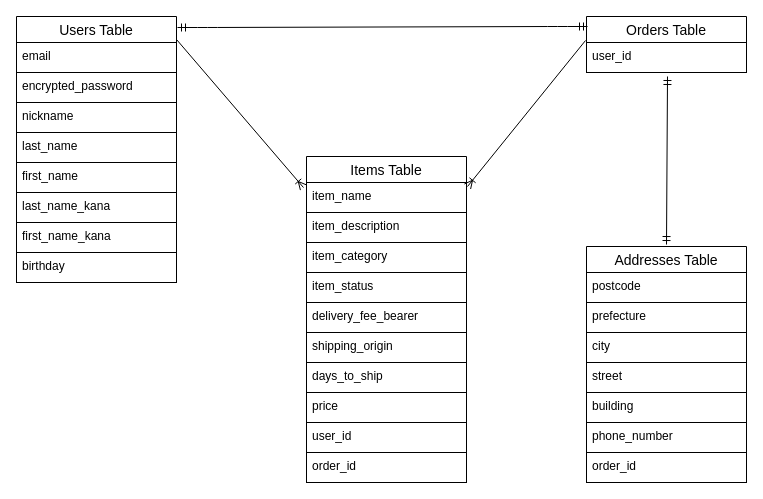
Earlier version of the draw.io diagram ER.dio (ranoooooooooooo/furima-40245). Source tidied: cells renumbered, new cells numbered last; positions are measured from the earlier drawing's top-left corner, leaving out a move shared by most shapes. Both pictures are drawn from the tidied source at 100%, with x=0, y=0 at pixel (16, 16).
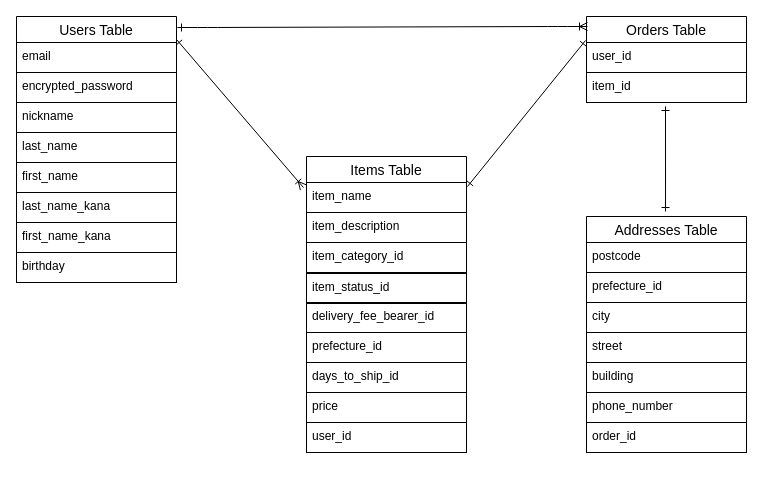
The same page after the edit.

Commit message (it also covers changes not shown here):
再々修正 ER図・READ ME

The change refers to these unchanged cells:
```xml
<mxCell id="2" style="group;" parent="1" vertex="1">
  <mxGeometry x="290" y="140" width="160" height="326" as="geometry" />
</mxCell>
<mxCell id="3" style="group;strokeColor=none;" parent="2" vertex="1">
  <mxGeometry width="160" height="296" as="geometry" />
</mxCell>
<mxCell id="4" value="Items Table" style="swimlane;fontStyle=0;horizontal=1;startSize=26;align=center;fontSize=14;strokeColor=default;" parent="3" vertex="1">
  <mxGeometry width="160" height="116" as="geometry" />
</mxCell>
<mxCell id="5" value="item_name" style="text;strokeColor=default;fillColor=none;spacingLeft=4;spacingRight=4;overflow=hidden;points=[[0,0.5],[1,0.5]];portConstraint=eastwest;fontSize=12;" parent="4" vertex="1">
  <mxGeometry y="26" width="160" height="30" as="geometry" />
</mxCell>
<mxCell id="16" value="user_id" style="text;strokeColor=default;fillColor=none;spacingLeft=4;spacingRight=4;overflow=hidden;points=[[0,0.5],[1,0.5]];portConstraint=eastwest;fontSize=12;" parent="15" vertex="1">
  <mxGeometry y="26" width="160" height="30" as="geometry" />
</mxCell>
<mxCell id="18" value="Addresses Table" style="swimlane;fontStyle=0;horizontal=1;startSize=26;align=center;fontSize=14;strokeColor=default;" parent="17" vertex="1">
  <mxGeometry width="160" height="116" as="geometry" />
</mxCell>
<mxCell id="29" value="Users Table" style="swimlane;fontStyle=0;horizontal=1;startSize=26;align=center;fontSize=14;strokeColor=default;" parent="28" vertex="1">
  <mxGeometry width="160" height="116" as="geometry" />
</mxCell>
```

Diff of the diagram source:
```diff
@@
-    <mxCell id="7" value="item_category" style="text;strokeColor=default;fillColor=none;spacingLeft=4;spacingRight=4;overflow=hidden;fontSize=12;" parent="4" vertex="1">
+    <mxCell id="7" value="item_category_id" style="text;strokeColor=default;fillColor=none;spacingLeft=4;spacingRight=4;overflow=hidden;fontSize=12;" parent="4" vertex="1">
       <mxGeometry y="86" width="160" height="30" as="geometry" />
     </mxCell>
-    <mxCell id="8" value="item_status" style="text;strokeColor=default;fillColor=none;spacingLeft=4;spacingRight=4;overflow=hidden;fontSize=12;" parent="3" vertex="1">
-      <mxGeometry y="116" width="160" height="30" as="geometry" />
+    <mxCell id="8" value="item_status_id" style="text;strokeColor=default;fillColor=none;spacingLeft=4;spacingRight=4;overflow=hidden;fontSize=12;" parent="3" vertex="1">
+      <mxGeometry y="117" width="160" height="30" as="geometry" />
     </mxCell>
-    <mxCell id="9" value="delivery_fee_bearer" style="text;strokeColor=default;fillColor=none;spacingLeft=4;spacingRight=4;overflow=hidden;fontSize=12;" parent="3" vertex="1">
+    <mxCell id="9" value="delivery_fee_bearer_id" style="text;strokeColor=default;fillColor=none;spacingLeft=4;spacingRight=4;overflow=hidden;fontSize=12;" parent="3" vertex="1">
       <mxGeometry y="146" width="160" height="30" as="geometry" />
     </mxCell>
@@
-    <mxCell id="11" value="shipping_origin" style="text;strokeColor=default;fillColor=none;spacingLeft=4;spacingRight=4;overflow=hidden;fontSize=12;" parent="3" vertex="1">
+    <mxCell id="11" value="prefecture_id" style="text;strokeColor=default;fillColor=none;spacingLeft=4;spacingRight=4;overflow=hidden;fontSize=12;" parent="3" vertex="1">
       <mxGeometry y="176" width="160" height="30" as="geometry" />
     </mxCell>
-    <mxCell id="12" value="days_to_ship" style="text;strokeColor=default;fillColor=none;spacingLeft=4;spacingRight=4;overflow=hidden;fontSize=12;" parent="3" vertex="1">
+    <mxCell id="12" value="days_to_ship_id" style="text;strokeColor=default;fillColor=none;spacingLeft=4;spacingRight=4;overflow=hidden;fontSize=12;" parent="3" vertex="1">
       <mxGeometry y="206" width="160" height="30" as="geometry" />
     </mxCell>
@@
-    <mxCell id="14" value="order_id" style="text;strokeColor=default;fillColor=none;spacingLeft=4;spacingRight=4;overflow=hidden;fontSize=12;" parent="2" vertex="1">
-      <mxGeometry y="296" width="160" height="30" as="geometry" />
-    </mxCell>
@@
     <mxCell id="17" style="group;" parent="1" vertex="1">
-      <mxGeometry x="570" y="230" width="160" height="236" as="geometry" />
+      <mxGeometry x="570" y="200" width="160" height="236" as="geometry" />
     </mxCell>
@@
-    <mxCell id="20" value="prefecture" style="text;strokeColor=none;fillColor=none;spacingLeft=4;spacingRight=4;overflow=hidden;fontSize=12;" parent="18" vertex="1">
+    <mxCell id="20" value="prefecture_id" style="text;strokeColor=none;fillColor=none;spacingLeft=4;spacingRight=4;overflow=hidden;fontSize=12;" parent="18" vertex="1">
       <mxGeometry y="56" width="160" height="30" as="geometry" />
     </mxCell>
@@
-    <mxCell id="26" style="fontSize=12;html=1;endArrow=ERoneToMany;entryX=-0.019;entryY=0.167;entryDx=0;entryDy=0;entryPerimeter=0;exitX=1;exitY=0.198;exitDx=0;exitDy=0;exitPerimeter=0;" parent="1" edge="1" source="29" target="5">
+    <mxCell id="26" style="fontSize=12;html=1;endArrow=ERoneToMany;entryX=-0.019;entryY=0.167;entryDx=0;entryDy=0;entryPerimeter=0;exitX=1;exitY=0.198;exitDx=0;exitDy=0;exitPerimeter=0;startArrow=ERone;startFill=0;" parent="1" edge="1" source="29" target="5">
       <mxGeometry relative="1" as="geometry" />
     </mxCell>
-    <mxCell id="27" style="endArrow=ERoneToMany;html=1;rounded=0;endFill=0;exitX=-0.006;exitY=-0.067;exitDx=0;exitDy=0;exitPerimeter=0;" parent="1" edge="1" source="16">
+    <mxCell id="27" style="endArrow=ERone;html=1;rounded=0;endFill=0;exitX=-0.006;exitY=-0.067;exitDx=0;exitDy=0;exitPerimeter=0;startArrow=ERone;startFill=0;" parent="1" edge="1" source="16">
       <mxGeometry relative="1" as="geometry">
         <mxPoint x="451" y="170" as="targetPoint" />
       </mxGeometry>
     </mxCell>
@@
-    <mxCell id="38" style="edgeStyle=entityRelationEdgeStyle;fontSize=12;html=1;endArrow=ERmandOne;startArrow=ERmandOne;" parent="1" edge="1">
+    <mxCell id="38" style="edgeStyle=entityRelationEdgeStyle;fontSize=12;html=1;endArrow=ERoneToMany;startArrow=ERone;startFill=0;endFill=0;" parent="1" edge="1">
       <mxGeometry relative="1" as="geometry">
         <mxPoint x="161" y="11" as="sourcePoint" />
         <mxPoint x="571" y="10" as="targetPoint" />
       </mxGeometry>
     </mxCell>
-    <mxCell id="39" style="fontSize=12;html=1;endArrow=ERmandOne;startArrow=ERmandOne;exitX=0.5;exitY=-0.017;exitDx=0;exitDy=0;exitPerimeter=0;" parent="1" edge="1" source="18">
+    <mxCell id="39" style="fontSize=12;html=1;endArrow=ERone;startArrow=ERone;startFill=0;endFill=0;spacing=0;endSize=6;exitX=0.494;exitY=-0.043;exitDx=0;exitDy=0;exitPerimeter=0;" parent="1" edge="1" source="18">
       <mxGeometry relative="1" as="geometry">
-        <mxPoint x="651" y="60" as="targetPoint" />
+        <mxPoint x="649" y="90" as="targetPoint" />
       </mxGeometry>
     </mxCell>
+    <mxCell id="40" value="item_id" style="text;strokeColor=default;fillColor=none;spacingLeft=4;spacingRight=4;overflow=hidden;fontSize=12;" parent="1" vertex="1">
+      <mxGeometry x="570" y="56" width="160" height="30" as="geometry" />
+    </mxCell>
```
